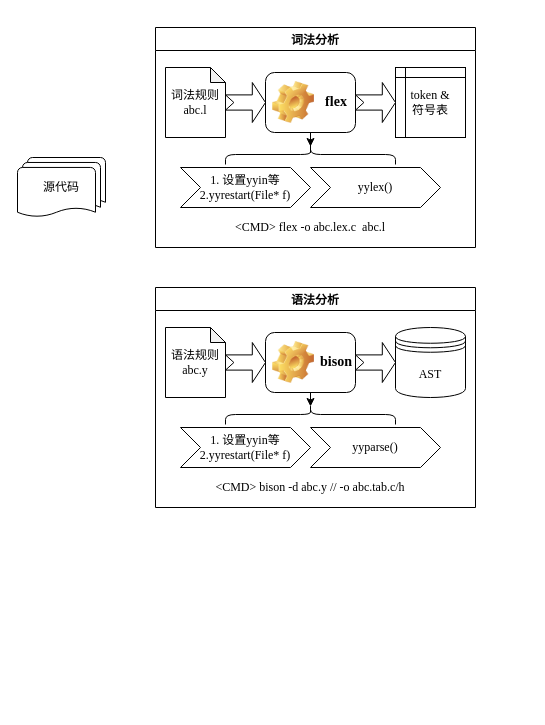
Before: verilator_digrams/flex&bison.drawio in Dercury/CLDK, a draw.io diagram. Source tidied: cells renumbered, new cells numbered last; positions are measured from the earlier drawing's top-left corner, leaving out a move shared by most shapes. Both pictures are drawn from the tidied source at 100%, with x=0, y=0 at pixel (17, 27).
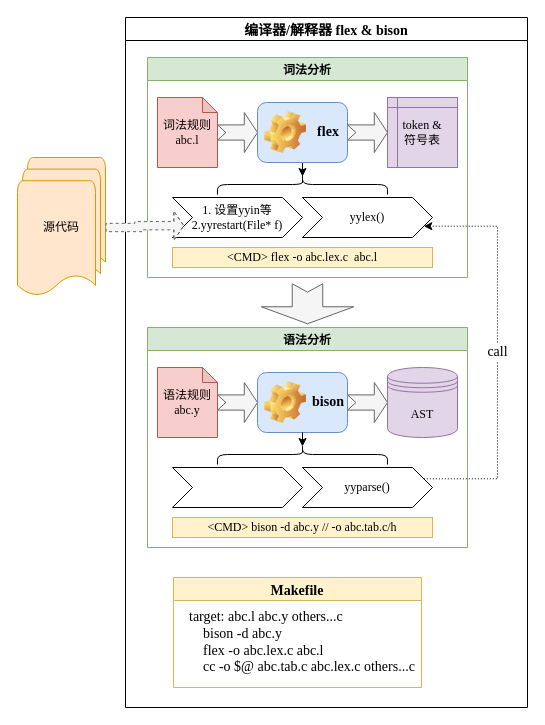
The same diagram, later.

The change refers to these unchanged cells:
```xml
<mxCell id="9" value="&lt;div style=&quot;font-size: 10px&quot;&gt;&lt;font style=&quot;font-size: 12px&quot;&gt;1. 设置yyin等&lt;/font&gt;&lt;/div&gt;&lt;div&gt;2.yyrestart(File* f)&lt;br&gt;&lt;/div&gt;" style="shape=step;perimeter=stepPerimeter;whiteSpace=wrap;html=1;fixedSize=1;strokeWidth=1;align=center;fontFamily=Times New Roman;" parent="2" vertex="1">
  <mxGeometry x="25" y="140" width="130" height="40" as="geometry" />
</mxCell>
<mxCell id="10" value="yylex()" style="shape=step;perimeter=stepPerimeter;whiteSpace=wrap;html=1;fixedSize=1;strokeWidth=1;align=center;fontFamily=Times New Roman;" parent="2" vertex="1">
  <mxGeometry x="155" y="140" width="130" height="40" as="geometry" />
</mxCell>
<mxCell id="20" value="yyparse()" style="shape=step;perimeter=stepPerimeter;whiteSpace=wrap;html=1;fixedSize=1;strokeWidth=1;align=center;fontFamily=Times New Roman;" parent="13" vertex="1">
  <mxGeometry x="155" y="140" width="130" height="40" as="geometry" />
</mxCell>
```

Change to the diagram source:
```diff
@@
+    <mxCell id="24" value="源代码" style="strokeWidth=1;html=1;shape=mxgraph.flowchart.multi-document;whiteSpace=wrap;align=center;fillColor=#ffe6cc;strokeColor=#d79b00;" parent="1" vertex="1">
+      <mxGeometry y="130" width="88" height="140" as="geometry" />
+    </mxCell>
+    <mxCell id="25" value="编译器/解释器 flex &amp; bison" style="swimlane;fontFamily=Times New Roman;fontSize=14;strokeWidth=1;align=center;" parent="1" vertex="1">
+      <mxGeometry x="108" y="-10" width="402" height="690" as="geometry" />
+    </mxCell>
-    <mxCell id="2" value="词法分析" style="swimlane;fontFamily=Times New Roman;" parent="1" vertex="1">
-      <mxGeometry x="138" width="320" height="220" as="geometry" />
+    <mxCell id="2" value="词法分析" style="swimlane;fontFamily=Times New Roman;fillColor=#d5e8d4;strokeColor=#82b366;" parent="25" vertex="1">
+      <mxGeometry x="22" y="40" width="320" height="220" as="geometry" />
     </mxCell>
-    <mxCell id="3" style="html=1;shadow=0;dashed=0;align=center;verticalAlign=middle;shape=mxgraph.arrows2.arrow;dy=0.62;dx=13.2;notch=8.4;strokeWidth=1;" parent="2" vertex="1">
+    <mxCell id="3" style="html=1;shadow=0;dashed=0;align=center;verticalAlign=middle;shape=mxgraph.arrows2.arrow;dy=0.62;dx=13.2;notch=8.4;strokeWidth=1;fillColor=#f5f5f5;strokeColor=#666666;fontColor=#333333;" parent="2" vertex="1">
       <mxGeometry x="70" y="55" width="40" height="40" as="geometry" />
     </mxCell>
-    <mxCell id="4" value="&lt;div&gt;token &amp;amp;&lt;br&gt;&lt;/div&gt;&lt;div&gt;符号表&lt;/div&gt;" style="shape=internalStorage;whiteSpace=wrap;html=1;backgroundOutline=1;dx=10;dy=10;fontFamily=Times New Roman;" parent="2" vertex="1">
+    <mxCell id="4" value="&lt;div&gt;token &amp;amp;&lt;br&gt;&lt;/div&gt;&lt;div&gt;符号表&lt;/div&gt;" style="shape=internalStorage;whiteSpace=wrap;html=1;backgroundOutline=1;dx=10;dy=10;fontFamily=Times New Roman;fillColor=#e1d5e7;strokeColor=#9673a6;" parent="2" vertex="1">
       <mxGeometry x="240" y="40" width="70" height="70" as="geometry" />
     </mxCell>
-    <mxCell id="5" value="&lt;div&gt;词法规则&lt;/div&gt;&lt;div&gt;&lt;font face=&quot;Times New Roman&quot;&gt;abc.l&lt;/font&gt;&lt;br&gt;&lt;/div&gt;" style="shape=note;whiteSpace=wrap;html=1;backgroundOutline=1;darkOpacity=0.05;size=15;" parent="2" vertex="1">
+    <mxCell id="5" value="&lt;div&gt;词法规则&lt;/div&gt;&lt;div&gt;&lt;font face=&quot;Times New Roman&quot;&gt;abc.l&lt;/font&gt;&lt;br&gt;&lt;/div&gt;" style="shape=note;whiteSpace=wrap;html=1;backgroundOutline=1;darkOpacity=0.05;size=15;fillColor=#f8cecc;strokeColor=#b85450;" parent="2" vertex="1">
       <mxGeometry x="10" y="40" width="60" height="70" as="geometry" />
     </mxCell>
@@
-    <mxCell id="7" value="flex" style="label;whiteSpace=wrap;html=1;image=img/clipart/Gear_128x128.png;align=center;fontFamily=Times New Roman;fontSize=14;" parent="2" vertex="1">
+    <mxCell id="7" value="flex" style="label;whiteSpace=wrap;html=1;image=img/clipart/Gear_128x128.png;align=center;fontFamily=Times New Roman;fontSize=14;fillColor=#dae8fc;strokeColor=#6c8ebf;" parent="2" vertex="1">
       <mxGeometry x="110" y="45" width="90" height="60" as="geometry" />
     </mxCell>
@@
-    <mxCell id="11" style="html=1;shadow=0;dashed=0;align=center;verticalAlign=middle;shape=mxgraph.arrows2.arrow;dy=0.62;dx=13.2;notch=8.4;strokeWidth=1;" parent="2" vertex="1">
+    <mxCell id="11" style="html=1;shadow=0;dashed=0;align=center;verticalAlign=middle;shape=mxgraph.arrows2.arrow;dy=0.62;dx=13.2;notch=8.4;strokeWidth=1;fillColor=#f5f5f5;strokeColor=#666666;fontColor=#333333;" parent="2" vertex="1">
       <mxGeometry x="200" y="55" width="40" height="40" as="geometry" />
     </mxCell>
-    <mxCell id="12" value="&amp;lt;CMD&amp;gt; flex -o abc.lex.c&amp;nbsp; abc.l" style="text;html=1;strokeColor=none;fillColor=none;align=center;verticalAlign=middle;whiteSpace=wrap;rounded=0;fontFamily=Times New Roman;" parent="2" vertex="1">
+    <mxCell id="12" value="&amp;lt;CMD&amp;gt; flex -o abc.lex.c&amp;nbsp; abc.l" style="text;html=1;strokeColor=#d6b656;fillColor=#fff2cc;align=center;verticalAlign=middle;whiteSpace=wrap;rounded=0;fontFamily=Times New Roman;" parent="2" vertex="1">
       <mxGeometry x="25" y="190" width="260" height="20" as="geometry" />
     </mxCell>
-    <mxCell id="13" value="语法分析" style="swimlane;" parent="1" vertex="1">
-      <mxGeometry x="138" y="260" width="320" height="220" as="geometry" />
+    <mxCell id="13" value="语法分析" style="swimlane;fillColor=#d5e8d4;strokeColor=#82b366;" parent="25" vertex="1">
+      <mxGeometry x="22" y="310" width="320" height="220" as="geometry" />
     </mxCell>
-    <mxCell id="14" style="html=1;shadow=0;dashed=0;align=center;verticalAlign=middle;shape=mxgraph.arrows2.arrow;dy=0.62;dx=13.2;notch=8.4;strokeWidth=1;" parent="13" vertex="1">
+    <mxCell id="14" style="html=1;shadow=0;dashed=0;align=center;verticalAlign=middle;shape=mxgraph.arrows2.arrow;dy=0.62;dx=13.2;notch=8.4;strokeWidth=1;fillColor=#f5f5f5;strokeColor=#666666;fontColor=#333333;" parent="13" vertex="1">
       <mxGeometry x="70" y="55" width="40" height="40" as="geometry" />
     </mxCell>
-    <mxCell id="15" value="语法规则&lt;div&gt;&lt;font face=&quot;Times New Roman&quot;&gt;abc.y&lt;/font&gt;&lt;br&gt;&lt;/div&gt;" style="shape=note;whiteSpace=wrap;html=1;backgroundOutline=1;darkOpacity=0.05;size=15;" parent="13" vertex="1">
+    <mxCell id="15" value="语法规则&lt;div&gt;&lt;font face=&quot;Times New Roman&quot;&gt;abc.y&lt;/font&gt;&lt;br&gt;&lt;/div&gt;" style="shape=note;whiteSpace=wrap;html=1;backgroundOutline=1;darkOpacity=0.05;size=15;fillColor=#f8cecc;strokeColor=#b85450;" parent="13" vertex="1">
       <mxGeometry x="10" y="40" width="60" height="70" as="geometry" />
     </mxCell>
-    <mxCell id="16" value="bison" style="label;whiteSpace=wrap;html=1;image=img/clipart/Gear_128x128.png;align=center;fontFamily=Times New Roman;fontSize=14;" parent="13" vertex="1">
+    <mxCell id="16" value="bison" style="label;whiteSpace=wrap;html=1;image=img/clipart/Gear_128x128.png;align=center;fontFamily=Times New Roman;fontSize=14;fillColor=#dae8fc;strokeColor=#6c8ebf;" parent="13" vertex="1">
       <mxGeometry x="110" y="45" width="90" height="60" as="geometry" />
     </mxCell>
@@
-    <mxCell id="19" value="&lt;div style=&quot;font-size: 10px&quot;&gt;&lt;font style=&quot;font-size: 12px&quot;&gt;1. 设置yyin等&lt;/font&gt;&lt;/div&gt;&lt;div&gt;2.yyrestart(File* f)&lt;br&gt;&lt;/div&gt;" style="shape=step;perimeter=stepPerimeter;whiteSpace=wrap;html=1;fixedSize=1;strokeWidth=1;align=center;fontFamily=Times New Roman;" parent="13" vertex="1">
+    <mxCell id="19" style="shape=step;perimeter=stepPerimeter;whiteSpace=wrap;html=1;fixedSize=1;strokeWidth=1;align=center;fontFamily=Times New Roman;" parent="13" vertex="1">
       <mxGeometry x="25" y="140" width="130" height="40" as="geometry" />
     </mxCell>
@@
-    <mxCell id="21" style="html=1;shadow=0;dashed=0;align=center;verticalAlign=middle;shape=mxgraph.arrows2.arrow;dy=0.62;dx=13.2;notch=8.4;strokeWidth=1;" parent="13" vertex="1">
+    <mxCell id="21" style="html=1;shadow=0;dashed=0;align=center;verticalAlign=middle;shape=mxgraph.arrows2.arrow;dy=0.62;dx=13.2;notch=8.4;strokeWidth=1;fillColor=#f5f5f5;strokeColor=#666666;fontColor=#333333;" parent="13" vertex="1">
       <mxGeometry x="200" y="55" width="40" height="40" as="geometry" />
     </mxCell>
-    <mxCell id="22" value="&amp;lt;CMD&amp;gt; bison -d abc.y // -o abc.tab.c/h" style="text;html=1;strokeColor=none;fillColor=none;align=center;verticalAlign=middle;whiteSpace=wrap;rounded=0;fontFamily=Times New Roman;" parent="13" vertex="1">
+    <mxCell id="22" value="&amp;lt;CMD&amp;gt; bison -d abc.y // -o abc.tab.c/h" style="text;html=1;strokeColor=#d6b656;fillColor=#fff2cc;align=center;verticalAlign=middle;whiteSpace=wrap;rounded=0;fontFamily=Times New Roman;" parent="13" vertex="1">
       <mxGeometry x="25" y="190" width="260" height="20" as="geometry" />
     </mxCell>
-    <mxCell id="23" value="AST" style="shape=datastore;whiteSpace=wrap;html=1;fontFamily=Times New Roman;strokeWidth=1;align=center;" parent="13" vertex="1">
+    <mxCell id="23" value="AST" style="shape=datastore;whiteSpace=wrap;html=1;fontFamily=Times New Roman;strokeWidth=1;align=center;fillColor=#e1d5e7;strokeColor=#9673a6;" parent="13" vertex="1">
       <mxGeometry x="240" y="40" width="70" height="70" as="geometry" />
     </mxCell>
-    <mxCell id="24" value="源代码" style="strokeWidth=1;html=1;shape=mxgraph.flowchart.multi-document;whiteSpace=wrap;align=center;" parent="1" vertex="1">
-      <mxGeometry y="130" width="88" height="60" as="geometry" />
-    </mxCell>
+    <mxCell id="26" style="html=1;shadow=0;dashed=0;align=center;verticalAlign=middle;shape=mxgraph.arrows2.arrow;dy=0.67;dx=17;notch=8.4;strokeWidth=1;rotation=90;fillColor=#f5f5f5;strokeColor=#666666;fontColor=#333333;" parent="25" vertex="1">
+      <mxGeometry x="162" y="240" width="40" height="92.5" as="geometry" />
+    </mxCell>
+    <mxCell id="27" value="call" style="edgeStyle=orthogonalEdgeStyle;rounded=0;jettySize=auto;html=1;exitX=1;exitY=0.25;exitDx=0;exitDy=0;entryX=1;entryY=0.75;entryDx=0;entryDy=0;fontFamily=Times New Roman;fontSize=14;dashed=1;dashPattern=1 2;" parent="25" edge="1" source="20" target="10">
+      <mxGeometry relative="1" as="geometry">
+        <Array as="points">
+          <mxPoint x="372" y="461" />
+          <mxPoint x="372" y="209" />
+        </Array>
+      </mxGeometry>
+    </mxCell>
+    <mxCell id="28" value="Makefile" style="swimlane;fontFamily=Times New Roman;fontSize=14;strokeWidth=1;align=center;fillColor=#fff2cc;strokeColor=#d6b656;" parent="25" vertex="1">
+      <mxGeometry x="48" y="560" width="248" height="110" as="geometry" />
+    </mxCell>
+    <mxCell id="29" value="&lt;div&gt;target: abc.l abc.y others...c&lt;/div&gt;&lt;div&gt;&amp;nbsp;&amp;nbsp;&amp;nbsp; bison -d abc.y&lt;/div&gt;&lt;div&gt;&amp;nbsp;&amp;nbsp;&amp;nbsp; flex -o abc.lex.c abc.l&lt;/div&gt;&lt;div&gt;&amp;nbsp;&amp;nbsp;&amp;nbsp; cc -o $@ abc.tab.c abc.lex.c others...c&lt;br&gt;&lt;/div&gt;" style="text;html=1;strokeColor=none;fillColor=none;align=left;verticalAlign=top;whiteSpace=wrap;rounded=0;fontFamily=Times New Roman;fontSize=14;" parent="28" vertex="1">
+      <mxGeometry x="14" y="25" width="240" height="75" as="geometry" />
+    </mxCell>
+    <mxCell id="30" style="edgeStyle=orthogonalEdgeStyle;rounded=0;jettySize=auto;html=1;exitX=1;exitY=0.5;exitDx=0;exitDy=0;entryX=0;entryY=0.75;entryDx=0;entryDy=0;fontFamily=Times New Roman;fontSize=14;exitPerimeter=0;curved=1;shape=flexArrow;endSize=3;startSize=3;width=8.333333333333334;dashed=1;fillColor=#f5f5f5;strokeColor=#666666;" parent="1" edge="1" source="24" target="9">
+      <mxGeometry relative="1" as="geometry" />
+    </mxCell>
```
